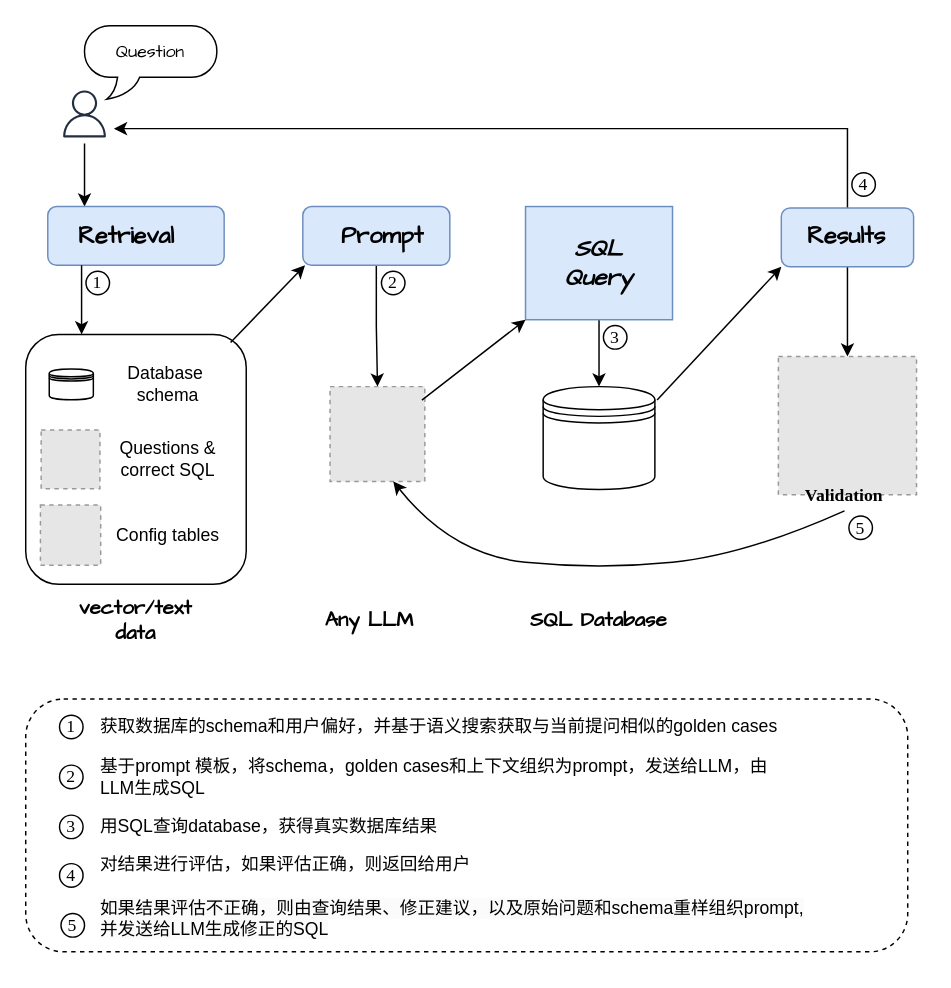
Above: public/zebura.drawio in harusamei/zebura_lite (draw.io), before the change. Source tidied: cells renumbered, new cells numbered last; positions are measured from the earlier drawing's top-left corner, leaving out a move shared by most shapes. Both pictures are drawn from the tidied source at 147%, with x=0, y=0 at pixel (25, 25). Pictures stored in the file or linked from it are replaced by grey dashed boxes.
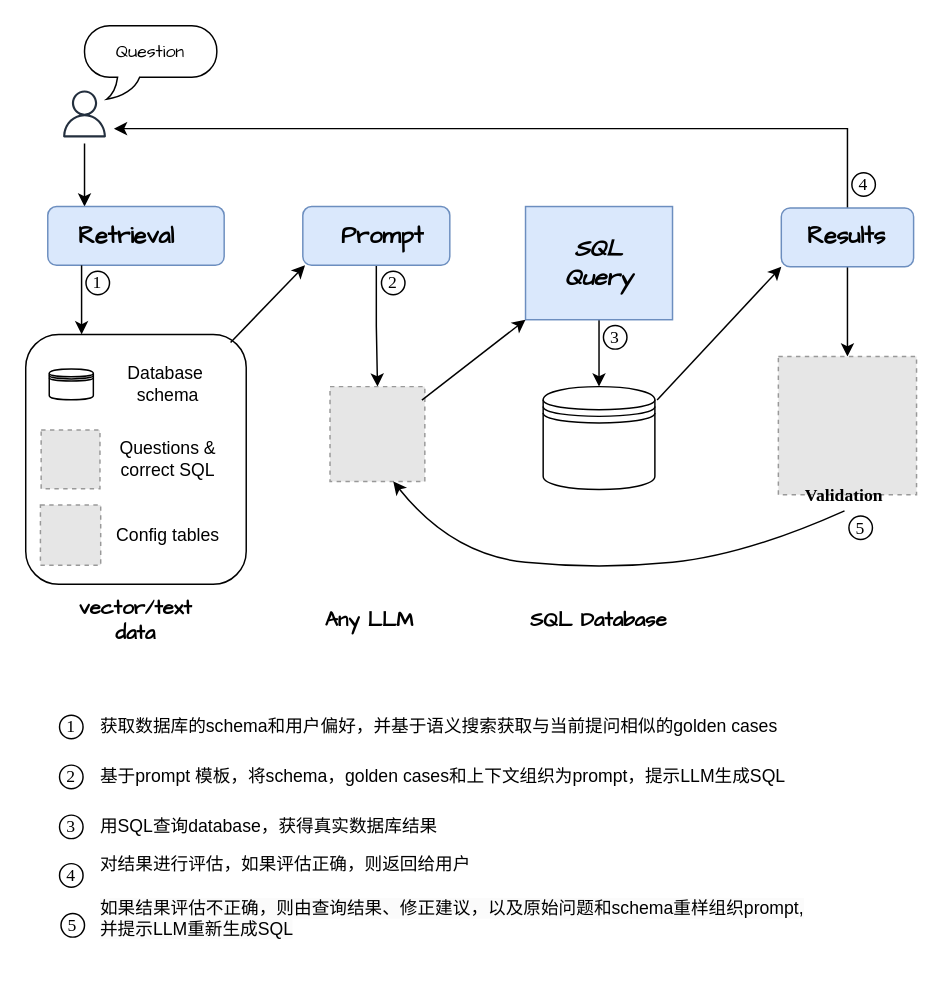
The same diagram, later.

Diff of the diagram source:
```diff
@@
-    <mxCell id="43" value="基于prompt 模板，将schema，golden cases和上下文组织为prompt，发送给LLM，由LLM生成SQL" style="text;html=1;align=left;verticalAlign=middle;whiteSpace=wrap;rounded=0;" parent="1" vertex="1">
+    <mxCell id="43" value="基于prompt 模板，将schema，golden cases和上下文组织为prompt，提示LLM生成SQL" style="text;html=1;align=left;verticalAlign=middle;whiteSpace=wrap;rounded=0;" parent="1" vertex="1">
       <mxGeometry x="49" y="496" width="470" height="30" as="geometry" />
     </mxCell>
@@
-    <mxCell id="48" value="&lt;span style=&quot;color: rgb(0, 0, 0); font-family: Helvetica; font-size: 12px; font-style: normal; font-variant-ligatures: normal; font-variant-caps: normal; font-weight: 400; letter-spacing: normal; orphans: 2; text-align: left; text-indent: 0px; text-transform: none; widows: 2; word-spacing: 0px; -webkit-text-stroke-width: 0px; white-space: normal; background-color: rgb(251, 251, 251); text-decoration-thickness: initial; text-decoration-style: initial; text-decoration-color: initial; float: none; display: inline !important;&quot;&gt;如果结果评估不正确，则由查询结果、修正建议，以及原始问题和schema重样组织prompt, 并发送给LLM生成修正的SQL&lt;/span&gt;" style="text;whiteSpace=wrap;html=1;" parent="1" vertex="1">
+    <mxCell id="48" value="&lt;span style=&quot;color: rgb(0, 0, 0); font-family: Helvetica; font-size: 12px; font-style: normal; font-variant-ligatures: normal; font-variant-caps: normal; font-weight: 400; letter-spacing: normal; orphans: 2; text-align: left; text-indent: 0px; text-transform: none; widows: 2; word-spacing: 0px; -webkit-text-stroke-width: 0px; white-space: normal; background-color: rgb(251, 251, 251); text-decoration-thickness: initial; text-decoration-style: initial; text-decoration-color: initial; float: none; display: inline !important;&quot;&gt;如果结果评估不正确，则由查询结果、修正建议，以及原始问题和schema重样组织prompt, 并提示LLM重新生成SQL&lt;/span&gt;" style="text;whiteSpace=wrap;html=1;" parent="1" vertex="1">
       <mxGeometry x="49" y="587" width="490" height="50" as="geometry" />
     </mxCell>
-    <mxCell id="49" style="rounded=1;whiteSpace=wrap;html=1;fillColor=none;dashed=1;" parent="1" vertex="1">
-      <mxGeometry y="458" width="600" height="172" as="geometry" />
-    </mxCell>
```
